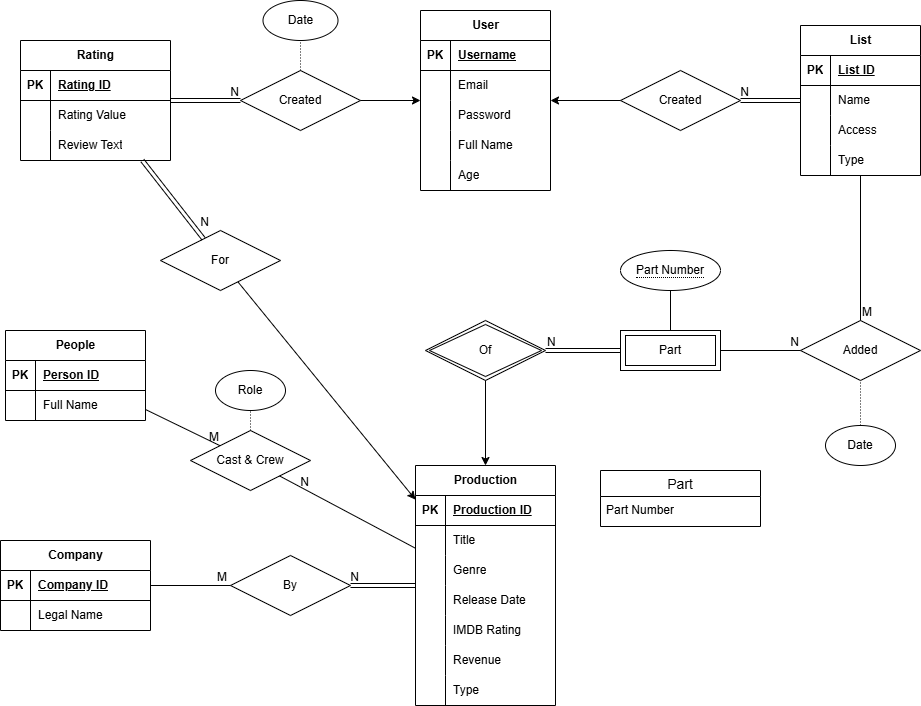
Earlier version of the draw.io export ER_diagram.png (Pedram2004/movie-review-database). Source tidied: cells renumbered, new cells last; positions are measured from the earlier drawing's top-left corner, leaving out a move shared by most shapes.
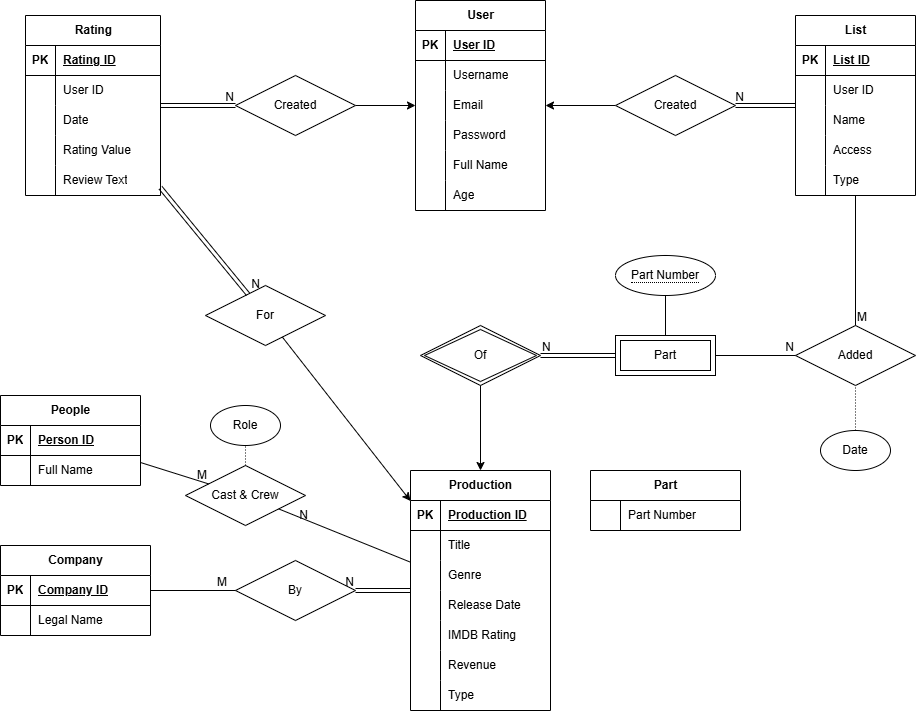
The same file after the commit.

Commit message:
ER diagram changed slightly added attribute of User ID to Rating and List User ID added to User entity

Change to the diagram source:
```diff
@@ -5,3 +5,3 @@
     <mxCell id="2" value="User" style="shape=table;startSize=30;rowLines=0;fontStyle=1;align=center;html=1;" parent="1" vertex="1">
-      <mxGeometry x="420" y="10" width="130" height="180" as="geometry" />
+      <mxGeometry x="420" y="-5" width="130" height="210" as="geometry" />
     </mxCell>
@@ -13,7 +13,16 @@
     </mxCell>
-    <mxCell id="5" value="Username" style="shape=partialRectangle;fillColor=none;top=0;left=0;bottom=0;right=0;align=left;spacingLeft=6;fontStyle=5;overflow=hidden;whiteSpace=wrap;html=1;" parent="3" vertex="1">
+    <mxCell id="5" value="User ID" style="shape=partialRectangle;fillColor=none;top=0;left=0;bottom=0;right=0;align=left;spacingLeft=6;fontStyle=5;overflow=hidden;whiteSpace=wrap;html=1;" parent="3" vertex="1">
       <mxGeometry x="30" width="100" height="30" as="geometry" />
     </mxCell>
+    <mxCell id="119" style="shape=tableRow;horizontal=0;startSize=0;swimlaneHead=0;swimlaneBody=0;fillColor=none;top=0;left=0;right=0;bottom=0;" parent="2" vertex="1">
+      <mxGeometry y="60" width="130" height="30" as="geometry" />
+    </mxCell>
+    <mxCell id="120" style="shape=partialRectangle;fillColor=none;top=0;left=0;bottom=0;right=0;overflow=hidden;whiteSpace=wrap;html=1;" parent="119" vertex="1">
+      <mxGeometry width="30" height="30" as="geometry" />
+    </mxCell>
+    <mxCell id="121" value="Username" style="shape=partialRectangle;fillColor=none;top=0;left=0;bottom=0;right=0;align=left;spacingLeft=6;overflow=hidden;whiteSpace=wrap;html=1;" parent="119" vertex="1">
+      <mxGeometry x="30" width="100" height="30" as="geometry" />
+    </mxCell>
     <mxCell id="6" style="shape=tableRow;horizontal=0;startSize=0;swimlaneHead=0;swimlaneBody=0;fillColor=none;top=0;left=0;right=0;bottom=0;" parent="2" vertex="1">
-      <mxGeometry y="60" width="130" height="30" as="geometry" />
+      <mxGeometry y="90" width="130" height="30" as="geometry" />
     </mxCell>
@@ -26,3 +35,3 @@
     <mxCell id="9" style="shape=tableRow;horizontal=0;startSize=0;swimlaneHead=0;swimlaneBody=0;fillColor=none;top=0;left=0;right=0;bottom=0;" parent="2" vertex="1">
-      <mxGeometry y="90" width="130" height="30" as="geometry" />
+      <mxGeometry y="120" width="130" height="30" as="geometry" />
     </mxCell>
@@ -35,3 +44,3 @@
     <mxCell id="12" style="shape=tableRow;horizontal=0;startSize=0;swimlaneHead=0;swimlaneBody=0;fillColor=none;top=0;left=0;right=0;bottom=0;" parent="2" vertex="1">
-      <mxGeometry y="120" width="130" height="30" as="geometry" />
+      <mxGeometry y="150" width="130" height="30" as="geometry" />
     </mxCell>
@@ -44,3 +53,3 @@
     <mxCell id="15" style="shape=tableRow;horizontal=0;startSize=0;swimlaneHead=0;swimlaneBody=0;fillColor=none;top=0;left=0;right=0;bottom=0;" parent="2" vertex="1">
-      <mxGeometry y="150" width="130" height="30" as="geometry" />
+      <mxGeometry y="180" width="130" height="30" as="geometry" />
     </mxCell>
@@ -52,73 +61,4 @@
     </mxCell>
-    <mxCell id="18" value="Rating" style="shape=table;startSize=30;rowLines=0;fontStyle=1;align=center;html=1;" parent="1" vertex="1">
-      <mxGeometry x="20" y="40" width="150" height="120" as="geometry" />
-    </mxCell>
-    <mxCell id="19" style="shape=tableRow;horizontal=0;startSize=0;swimlaneHead=0;swimlaneBody=0;fillColor=none;top=0;left=0;right=0;bottom=1;" parent="18" vertex="1">
-      <mxGeometry y="30" width="150" height="30" as="geometry" />
-    </mxCell>
-    <mxCell id="20" value="PK" style="shape=partialRectangle;fillColor=none;top=0;left=0;bottom=0;right=0;fontStyle=1;overflow=hidden;whiteSpace=wrap;html=1;" parent="19" vertex="1">
-      <mxGeometry width="30" height="30" as="geometry" />
-    </mxCell>
-    <mxCell id="21" value="Rating ID" style="shape=partialRectangle;fillColor=none;top=0;left=0;bottom=0;right=0;align=left;spacingLeft=6;fontStyle=5;overflow=hidden;whiteSpace=wrap;html=1;" parent="19" vertex="1">
-      <mxGeometry x="30" width="120" height="30" as="geometry" />
-    </mxCell>
-    <mxCell id="22" style="shape=tableRow;horizontal=0;startSize=0;swimlaneHead=0;swimlaneBody=0;fillColor=none;top=0;left=0;right=0;bottom=0;" parent="18" vertex="1">
-      <mxGeometry y="60" width="150" height="30" as="geometry" />
-    </mxCell>
-    <mxCell id="23" style="shape=partialRectangle;fillColor=none;top=0;left=0;bottom=0;right=0;overflow=hidden;whiteSpace=wrap;html=1;" parent="22" vertex="1">
-      <mxGeometry width="30" height="30" as="geometry" />
-    </mxCell>
-    <mxCell id="24" value="Rating Value" style="shape=partialRectangle;fillColor=none;top=0;left=0;bottom=0;right=0;align=left;spacingLeft=6;overflow=hidden;whiteSpace=wrap;html=1;" parent="22" vertex="1">
-      <mxGeometry x="30" width="120" height="30" as="geometry" />
-    </mxCell>
-    <mxCell id="25" style="shape=tableRow;horizontal=0;startSize=0;swimlaneHead=0;swimlaneBody=0;fillColor=none;top=0;left=0;right=0;bottom=0;" parent="18" vertex="1">
-      <mxGeometry y="90" width="150" height="30" as="geometry" />
-    </mxCell>
-    <mxCell id="26" style="shape=partialRectangle;fillColor=none;top=0;left=0;bottom=0;right=0;overflow=hidden;whiteSpace=wrap;html=1;" parent="25" vertex="1">
-      <mxGeometry width="30" height="30" as="geometry" />
-    </mxCell>
-    <mxCell id="27" value="Review Text" style="shape=partialRectangle;fillColor=none;top=0;left=0;bottom=0;right=0;align=left;spacingLeft=6;overflow=hidden;whiteSpace=wrap;html=1;" parent="25" vertex="1">
-      <mxGeometry x="30" width="120" height="30" as="geometry" />
-    </mxCell>
-    <mxCell id="28" value="List" style="shape=table;startSize=30;rowLines=0;fontStyle=1;align=center;html=1;" parent="1" vertex="1">
-      <mxGeometry x="800" y="25" width="120" height="150" as="geometry" />
-    </mxCell>
-    <mxCell id="29" style="shape=tableRow;horizontal=0;startSize=0;swimlaneHead=0;swimlaneBody=0;fillColor=none;top=0;left=0;right=0;bottom=1;" parent="28" vertex="1">
-      <mxGeometry y="30" width="120" height="30" as="geometry" />
-    </mxCell>
-    <mxCell id="30" value="PK" style="shape=partialRectangle;fillColor=none;top=0;left=0;bottom=0;right=0;fontStyle=1;overflow=hidden;whiteSpace=wrap;html=1;" parent="29" vertex="1">
-      <mxGeometry width="30" height="30" as="geometry" />
-    </mxCell>
-    <mxCell id="31" value="List ID" style="shape=partialRectangle;fillColor=none;top=0;left=0;bottom=0;right=0;align=left;spacingLeft=6;fontStyle=5;overflow=hidden;whiteSpace=wrap;html=1;" parent="29" vertex="1">
-      <mxGeometry x="30" width="90" height="30" as="geometry" />
-    </mxCell>
-    <mxCell id="32" style="shape=tableRow;horizontal=0;startSize=0;swimlaneHead=0;swimlaneBody=0;fillColor=none;top=0;left=0;right=0;bottom=0;" parent="28" vertex="1">
-      <mxGeometry y="60" width="120" height="30" as="geometry" />
-    </mxCell>
-    <mxCell id="33" style="shape=partialRectangle;fillColor=none;top=0;left=0;bottom=0;right=0;overflow=hidden;whiteSpace=wrap;html=1;" parent="32" vertex="1">
-      <mxGeometry width="30" height="30" as="geometry" />
-    </mxCell>
-    <mxCell id="34" value="Name" style="shape=partialRectangle;fillColor=none;top=0;left=0;bottom=0;right=0;align=left;spacingLeft=6;overflow=hidden;whiteSpace=wrap;html=1;" parent="32" vertex="1">
-      <mxGeometry x="30" width="90" height="30" as="geometry" />
-    </mxCell>
-    <mxCell id="35" style="shape=tableRow;horizontal=0;startSize=0;swimlaneHead=0;swimlaneBody=0;fillColor=none;top=0;left=0;right=0;bottom=0;" parent="28" vertex="1">
-      <mxGeometry y="90" width="120" height="30" as="geometry" />
-    </mxCell>
-    <mxCell id="36" style="shape=partialRectangle;fillColor=none;top=0;left=0;bottom=0;right=0;overflow=hidden;whiteSpace=wrap;html=1;" parent="35" vertex="1">
-      <mxGeometry width="30" height="30" as="geometry" />
-    </mxCell>
-    <mxCell id="37" value="Access" style="shape=partialRectangle;fillColor=none;top=0;left=0;bottom=0;right=0;align=left;spacingLeft=6;overflow=hidden;whiteSpace=wrap;html=1;" parent="35" vertex="1">
-      <mxGeometry x="30" width="90" height="30" as="geometry" />
-    </mxCell>
-    <mxCell id="38" style="shape=tableRow;horizontal=0;startSize=0;swimlaneHead=0;swimlaneBody=0;fillColor=none;top=0;left=0;right=0;bottom=0;" parent="28" vertex="1">
-      <mxGeometry y="120" width="120" height="30" as="geometry" />
-    </mxCell>
-    <mxCell id="39" style="shape=partialRectangle;fillColor=none;top=0;left=0;bottom=0;right=0;overflow=hidden;whiteSpace=wrap;html=1;" parent="38" vertex="1">
-      <mxGeometry width="30" height="30" as="geometry" />
-    </mxCell>
-    <mxCell id="40" value="Type" style="shape=partialRectangle;fillColor=none;top=0;left=0;bottom=0;right=0;align=left;spacingLeft=6;overflow=hidden;whiteSpace=wrap;html=1;" parent="38" vertex="1">
-      <mxGeometry x="30" width="90" height="30" as="geometry" />
-    </mxCell>
     <mxCell id="41" value="People" style="shape=table;startSize=30;rowLines=0;fontStyle=1;align=center;html=1;" parent="1" vertex="1">
-      <mxGeometry x="5" y="330" width="140" height="90" as="geometry" />
+      <mxGeometry x="5" y="390" width="140" height="90" as="geometry" />
     </mxCell>
@@ -143,3 +83,3 @@
     <mxCell id="48" value="Company" style="shape=table;startSize=30;rowLines=0;fontStyle=1;align=center;html=1;" parent="1" vertex="1">
-      <mxGeometry y="540" width="150" height="90" as="geometry" />
+      <mxGeometry x="5" y="540" width="150" height="90" as="geometry" />
     </mxCell>
@@ -229,11 +169,2 @@
     </mxCell>
-    <mxCell id="77" value="Part" style="swimlane;fontStyle=0;horizontal=1;startSize=26;align=center;fontSize=14;" parent="1" vertex="1">
-      <mxGeometry x="600" y="470" width="160" height="56" as="geometry" />
-    </mxCell>
-    <mxCell id="78" value="Part Number" style="text;strokeColor=none;fillColor=none;spacingLeft=4;spacingRight=4;overflow=hidden;fontSize=12;whiteSpace=wrap;html=1;" parent="77" vertex="1">
-      <mxGeometry y="26" width="160" height="30" as="geometry" />
-    </mxCell>
-    <mxCell id="79" value="Created" style="shape=rhombus;perimeter=rhombusPerimeter;whiteSpace=wrap;html=1;align=center;" parent="1" vertex="1">
-      <mxGeometry x="620" y="70" width="120" height="60" as="geometry" />
-    </mxCell>
     <mxCell id="80" style="shape=link;html=1;rounded=0;" parent="1" edge="1" source="79" target="28">
@@ -249,5 +180,2 @@
     </mxCell>
-    <mxCell id="83" value="Created" style="shape=rhombus;perimeter=rhombusPerimeter;whiteSpace=wrap;html=1;align=center;" parent="1" vertex="1">
-      <mxGeometry x="240" y="70" width="120" height="60" as="geometry" />
-    </mxCell>
     <mxCell id="84" style="shape=link;html=1;rounded=0;" parent="1" edge="1" source="18" target="83">
@@ -258,8 +186,2 @@
     </mxCell>
-    <mxCell id="86" value="Date" style="ellipse;whiteSpace=wrap;html=1;" parent="1" vertex="1">
-      <mxGeometry x="262.5" width="75" height="40" as="geometry" />
-    </mxCell>
-    <mxCell id="87" style="endArrow=none;html=1;rounded=0;dashed=1;dashPattern=1 2;" parent="1" edge="1" source="83" target="86">
-      <mxGeometry relative="1" as="geometry" />
-    </mxCell>
     <mxCell id="88" style="endArrow=classic;html=1;rounded=0;" parent="1" edge="1" source="83" target="2">
@@ -298,3 +220,3 @@
     <mxCell id="99" value="Cast &amp;amp; Crew" style="shape=rhombus;perimeter=rhombusPerimeter;whiteSpace=wrap;html=1;align=center;" parent="1" vertex="1">
-      <mxGeometry x="190" y="430" width="120" height="60" as="geometry" />
+      <mxGeometry x="190" y="460" width="120" height="60" as="geometry" />
     </mxCell>
@@ -315,6 +237,6 @@
     <mxCell id="104" value="By" style="shape=rhombus;perimeter=rhombusPerimeter;whiteSpace=wrap;html=1;align=center;" parent="1" vertex="1">
-      <mxGeometry x="230" y="555" width="120" height="60" as="geometry" />
+      <mxGeometry x="240" y="555" width="120" height="60" as="geometry" />
     </mxCell>
     <mxCell id="105" value="For" style="shape=rhombus;perimeter=rhombusPerimeter;whiteSpace=wrap;html=1;align=center;" parent="1" vertex="1">
-      <mxGeometry x="160" y="230" width="120" height="60" as="geometry" />
+      <mxGeometry x="210" y="280" width="120" height="60" as="geometry" />
     </mxCell>
@@ -325,3 +247,3 @@
       <mxGeometry x="1" relative="1" as="geometry">
-        <mxPoint x="68" y="70" as="offset" />
+        <mxPoint x="101" y="105" as="offset" />
       </mxGeometry>
@@ -332,3 +254,3 @@
     <mxCell id="109" value="Role" style="ellipse;whiteSpace=wrap;html=1;" parent="1" vertex="1">
-      <mxGeometry x="215" y="370" width="70" height="40" as="geometry" />
+      <mxGeometry x="215" y="400" width="70" height="40" as="geometry" />
     </mxCell>
@@ -365,2 +287,116 @@
     </mxCell>
+    <mxCell id="77" value="Part" style="shape=table;startSize=30;rowLines=0;fontStyle=1;align=center;html=1;" parent="1" vertex="1">
+      <mxGeometry x="595" y="465" width="150" height="60" as="geometry" />
+    </mxCell>
+    <mxCell id="122" style="shape=tableRow;horizontal=0;startSize=0;swimlaneHead=0;swimlaneBody=0;fillColor=none;top=0;left=0;right=0;bottom=0;" parent="77" vertex="1">
+      <mxGeometry y="30" width="150" height="30" as="geometry" />
+    </mxCell>
+    <mxCell id="123" style="shape=partialRectangle;fillColor=none;top=0;left=0;bottom=0;right=0;overflow=hidden;whiteSpace=wrap;html=1;" parent="122" vertex="1">
+      <mxGeometry width="30" height="30" as="geometry" />
+    </mxCell>
+    <mxCell id="78" value="Part Number" style="shape=partialRectangle;fillColor=none;top=0;left=0;bottom=0;right=0;align=left;spacingLeft=6;overflow=hidden;whiteSpace=wrap;html=1;" parent="122" vertex="1">
+      <mxGeometry x="30" width="120" height="30" as="geometry" />
+    </mxCell>
+    <mxCell id="18" value="Rating" style="shape=table;startSize=30;rowLines=0;fontStyle=1;align=center;html=1;" parent="1" vertex="1">
+      <mxGeometry x="30" y="10" width="135" height="180" as="geometry" />
+    </mxCell>
+    <mxCell id="124" style="shape=tableRow;horizontal=0;startSize=0;swimlaneHead=0;swimlaneBody=0;fillColor=none;top=0;left=0;right=0;bottom=1;" parent="18" vertex="1">
+      <mxGeometry y="30" width="135" height="30" as="geometry" />
+    </mxCell>
+    <mxCell id="125" value="PK" style="shape=partialRectangle;fillColor=none;top=0;left=0;bottom=0;right=0;fontStyle=1;overflow=hidden;whiteSpace=wrap;html=1;" parent="124" vertex="1">
+      <mxGeometry width="30" height="30" as="geometry" />
+    </mxCell>
+    <mxCell id="21" value="Rating ID" style="shape=partialRectangle;fillColor=none;top=0;left=0;bottom=0;right=0;align=left;spacingLeft=6;fontStyle=5;overflow=hidden;whiteSpace=wrap;html=1;" parent="124" vertex="1">
+      <mxGeometry x="30" width="105" height="30" as="geometry" />
+    </mxCell>
+    <mxCell id="126" style="shape=tableRow;horizontal=0;startSize=0;swimlaneHead=0;swimlaneBody=0;fillColor=none;top=0;left=0;right=0;bottom=0;" parent="18" vertex="1">
+      <mxGeometry y="60" width="135" height="30" as="geometry" />
+    </mxCell>
+    <mxCell id="127" style="shape=partialRectangle;fillColor=none;top=0;left=0;bottom=0;right=0;overflow=hidden;whiteSpace=wrap;html=1;" parent="126" vertex="1">
+      <mxGeometry width="30" height="30" as="geometry" />
+    </mxCell>
+    <mxCell id="128" value="User ID" style="shape=partialRectangle;fillColor=none;top=0;left=0;bottom=0;right=0;align=left;spacingLeft=6;overflow=hidden;whiteSpace=wrap;html=1;" parent="126" vertex="1">
+      <mxGeometry x="30" width="105" height="30" as="geometry" />
+    </mxCell>
+    <mxCell id="129" style="shape=tableRow;horizontal=0;startSize=0;swimlaneHead=0;swimlaneBody=0;fillColor=none;top=0;left=0;right=0;bottom=0;" parent="18" vertex="1">
+      <mxGeometry y="90" width="135" height="30" as="geometry" />
+    </mxCell>
+    <mxCell id="130" style="shape=partialRectangle;fillColor=none;top=0;left=0;bottom=0;right=0;overflow=hidden;whiteSpace=wrap;html=1;" parent="129" vertex="1">
+      <mxGeometry width="30" height="30" as="geometry" />
+    </mxCell>
+    <mxCell id="86" value="Date" style="shape=partialRectangle;fillColor=none;top=0;left=0;bottom=0;right=0;align=left;spacingLeft=6;overflow=hidden;whiteSpace=wrap;html=1;" parent="129" vertex="1">
+      <mxGeometry x="30" width="105" height="30" as="geometry" />
+    </mxCell>
+    <mxCell id="131" style="shape=tableRow;horizontal=0;startSize=0;swimlaneHead=0;swimlaneBody=0;fillColor=none;top=0;left=0;right=0;bottom=0;" parent="18" vertex="1">
+      <mxGeometry y="120" width="135" height="30" as="geometry" />
+    </mxCell>
+    <mxCell id="132" style="shape=partialRectangle;fillColor=none;top=0;left=0;bottom=0;right=0;overflow=hidden;whiteSpace=wrap;html=1;" parent="131" vertex="1">
+      <mxGeometry width="30" height="30" as="geometry" />
+    </mxCell>
+    <mxCell id="24" value="Rating Value" style="shape=partialRectangle;fillColor=none;top=0;left=0;bottom=0;right=0;align=left;spacingLeft=6;overflow=hidden;whiteSpace=wrap;html=1;" parent="131" vertex="1">
+      <mxGeometry x="30" width="105" height="30" as="geometry" />
+    </mxCell>
+    <mxCell id="133" style="shape=tableRow;horizontal=0;startSize=0;swimlaneHead=0;swimlaneBody=0;fillColor=none;top=0;left=0;right=0;bottom=0;" parent="18" vertex="1">
+      <mxGeometry y="150" width="135" height="30" as="geometry" />
+    </mxCell>
+    <mxCell id="134" style="shape=partialRectangle;fillColor=none;top=0;left=0;bottom=0;right=0;overflow=hidden;whiteSpace=wrap;html=1;" parent="133" vertex="1">
+      <mxGeometry width="30" height="30" as="geometry" />
+    </mxCell>
+    <mxCell id="27" value="Review Text" style="shape=partialRectangle;fillColor=none;top=0;left=0;bottom=0;right=0;align=left;spacingLeft=6;overflow=hidden;whiteSpace=wrap;html=1;" parent="133" vertex="1">
+      <mxGeometry x="30" width="105" height="30" as="geometry" />
+    </mxCell>
+    <mxCell id="83" value="Created" style="shape=rhombus;perimeter=rhombusPerimeter;whiteSpace=wrap;html=1;align=center;" parent="1" vertex="1">
+      <mxGeometry x="240" y="70" width="120" height="60" as="geometry" />
+    </mxCell>
+    <mxCell id="28" value="List" style="shape=table;startSize=30;rowLines=0;fontStyle=1;align=center;html=1;" parent="1" vertex="1">
+      <mxGeometry x="800" y="10" width="120" height="180" as="geometry" />
+    </mxCell>
+    <mxCell id="29" style="shape=tableRow;horizontal=0;startSize=0;swimlaneHead=0;swimlaneBody=0;fillColor=none;top=0;left=0;right=0;bottom=1;" parent="28" vertex="1">
+      <mxGeometry y="30" width="120" height="30" as="geometry" />
+    </mxCell>
+    <mxCell id="135" value="PK" style="shape=partialRectangle;fillColor=none;top=0;left=0;bottom=0;right=0;fontStyle=1;overflow=hidden;whiteSpace=wrap;html=1;" parent="29" vertex="1">
+      <mxGeometry width="30" height="30" as="geometry" />
+    </mxCell>
+    <mxCell id="31" value="List ID" style="shape=partialRectangle;fillColor=none;top=0;left=0;bottom=0;right=0;align=left;spacingLeft=6;fontStyle=5;overflow=hidden;whiteSpace=wrap;html=1;" parent="29" vertex="1">
+      <mxGeometry x="30" width="90" height="30" as="geometry" />
+    </mxCell>
+    <mxCell id="32" style="shape=tableRow;horizontal=0;startSize=0;swimlaneHead=0;swimlaneBody=0;fillColor=none;top=0;left=0;right=0;bottom=0;" parent="28" vertex="1">
+      <mxGeometry y="60" width="120" height="30" as="geometry" />
+    </mxCell>
+    <mxCell id="136" style="shape=partialRectangle;fillColor=none;top=0;left=0;bottom=0;right=0;overflow=hidden;whiteSpace=wrap;html=1;" parent="32" vertex="1">
+      <mxGeometry width="30" height="30" as="geometry" />
+    </mxCell>
+    <mxCell id="137" value="User ID" style="shape=partialRectangle;fillColor=none;top=0;left=0;bottom=0;right=0;align=left;spacingLeft=6;overflow=hidden;whiteSpace=wrap;html=1;" parent="32" vertex="1">
+      <mxGeometry x="30" width="90" height="30" as="geometry" />
+    </mxCell>
+    <mxCell id="35" style="shape=tableRow;horizontal=0;startSize=0;swimlaneHead=0;swimlaneBody=0;fillColor=none;top=0;left=0;right=0;bottom=0;" parent="28" vertex="1">
+      <mxGeometry y="90" width="120" height="30" as="geometry" />
+    </mxCell>
+    <mxCell id="138" style="shape=partialRectangle;fillColor=none;top=0;left=0;bottom=0;right=0;overflow=hidden;whiteSpace=wrap;html=1;" parent="35" vertex="1">
+      <mxGeometry width="30" height="30" as="geometry" />
+    </mxCell>
+    <mxCell id="34" value="Name" style="shape=partialRectangle;fillColor=none;top=0;left=0;bottom=0;right=0;align=left;spacingLeft=6;overflow=hidden;whiteSpace=wrap;html=1;" parent="35" vertex="1">
+      <mxGeometry x="30" width="90" height="30" as="geometry" />
+    </mxCell>
+    <mxCell id="38" style="shape=tableRow;horizontal=0;startSize=0;swimlaneHead=0;swimlaneBody=0;fillColor=none;top=0;left=0;right=0;bottom=0;" parent="28" vertex="1">
+      <mxGeometry y="120" width="120" height="30" as="geometry" />
+    </mxCell>
+    <mxCell id="139" style="shape=partialRectangle;fillColor=none;top=0;left=0;bottom=0;right=0;overflow=hidden;whiteSpace=wrap;html=1;" parent="38" vertex="1">
+      <mxGeometry width="30" height="30" as="geometry" />
+    </mxCell>
+    <mxCell id="37" value="Access" style="shape=partialRectangle;fillColor=none;top=0;left=0;bottom=0;right=0;align=left;spacingLeft=6;overflow=hidden;whiteSpace=wrap;html=1;" parent="38" vertex="1">
+      <mxGeometry x="30" width="90" height="30" as="geometry" />
+    </mxCell>
+    <mxCell id="140" style="shape=tableRow;horizontal=0;startSize=0;swimlaneHead=0;swimlaneBody=0;fillColor=none;top=0;left=0;right=0;bottom=0;" parent="28" vertex="1">
+      <mxGeometry y="150" width="120" height="30" as="geometry" />
+    </mxCell>
+    <mxCell id="141" style="shape=partialRectangle;fillColor=none;top=0;left=0;bottom=0;right=0;overflow=hidden;whiteSpace=wrap;html=1;" parent="140" vertex="1">
+      <mxGeometry width="30" height="30" as="geometry" />
+    </mxCell>
+    <mxCell id="40" value="Type" style="shape=partialRectangle;fillColor=none;top=0;left=0;bottom=0;right=0;align=left;spacingLeft=6;overflow=hidden;whiteSpace=wrap;html=1;" parent="140" vertex="1">
+      <mxGeometry x="30" width="90" height="30" as="geometry" />
+    </mxCell>
+    <mxCell id="79" value="Created" style="shape=rhombus;perimeter=rhombusPerimeter;whiteSpace=wrap;html=1;align=center;" parent="1" vertex="1">
+      <mxGeometry x="620" y="70" width="120" height="60" as="geometry" />
+    </mxCell>
   </root>
```
